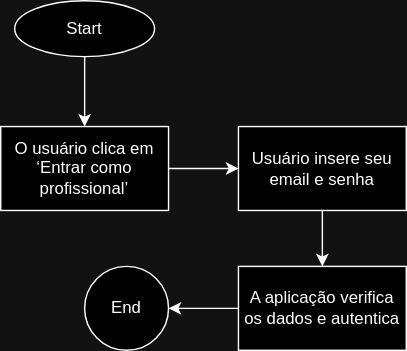
Before: docs/img/CT04.svg, a diagram exported from draw.io (ICEI-PUC-Minas-PMV-SI/pmv-si-2023-2-pe1-t2-senectus). Source tidied: cells renumbered, new cells last; positions are measured from the earlier drawing's top-left corner, leaving out a move shared by most shapes. Source of this version:
```xml
<mxGraphModel>
  <root>
    <mxCell id="0" />
    <mxCell id="1" parent="0" />
    <mxCell id="2" style="edgeStyle=orthogonalEdgeStyle;rounded=0;jettySize=auto;html=1;exitX=0.5;exitY=1;exitDx=0;exitDy=0;entryX=0.5;entryY=0;entryDx=0;entryDy=0;" parent="1" edge="1" source="3" target="9">
      <mxGeometry relative="1" as="geometry" />
    </mxCell>
    <mxCell id="3" value="Start" style="ellipse;whiteSpace=wrap;html=1;" parent="1" vertex="1">
      <mxGeometry x="10" width="100" height="40" as="geometry" />
    </mxCell>
    <mxCell id="4" style="edgeStyle=orthogonalEdgeStyle;rounded=0;jettySize=auto;html=1;exitX=0;exitY=0.5;exitDx=0;exitDy=0;entryX=1;entryY=0.5;entryDx=0;entryDy=0;" parent="1" edge="1" source="5">
      <mxGeometry relative="1" as="geometry">
        <mxPoint x="120" y="220" as="targetPoint" />
      </mxGeometry>
    </mxCell>
    <mxCell id="5" value="A aplicação verificaos dados e autentica" style="rounded=0;whiteSpace=wrap;html=1;" parent="1" vertex="1">
      <mxGeometry x="170" y="190" width="120" height="60" as="geometry" />
    </mxCell>
    <mxCell id="6" style="edgeStyle=orthogonalEdgeStyle;rounded=0;jettySize=auto;html=1;exitX=0.5;exitY=1;exitDx=0;exitDy=0;entryX=0.5;entryY=0;entryDx=0;entryDy=0;" parent="1" edge="1" source="7" target="5">
      <mxGeometry relative="1" as="geometry" />
    </mxCell>
    <mxCell id="7" value="Usuário insere seu email e senha" style="rounded=0;whiteSpace=wrap;html=1;" parent="1" vertex="1">
      <mxGeometry x="170" y="90" width="120" height="60" as="geometry" />
    </mxCell>
    <mxCell id="8" style="edgeStyle=orthogonalEdgeStyle;rounded=0;jettySize=auto;html=1;exitX=1;exitY=0.5;exitDx=0;exitDy=0;entryX=0;entryY=0.5;entryDx=0;entryDy=0;" parent="1" edge="1" source="9" target="7">
      <mxGeometry relative="1" as="geometry" />
    </mxCell>
    <mxCell id="9" value="O usuário clica em ‘Entrar como profissional’" style="rounded=0;whiteSpace=wrap;html=1;" parent="1" vertex="1">
      <mxGeometry y="90" width="120" height="60" as="geometry" />
    </mxCell>
    <mxCell id="10" value="End" style="ellipse;whiteSpace=wrap;html=1;" parent="1" vertex="1">
      <mxGeometry x="60" y="190" width="60" height="60" as="geometry" />
    </mxCell>
  </root>
</mxGraphModel>
```
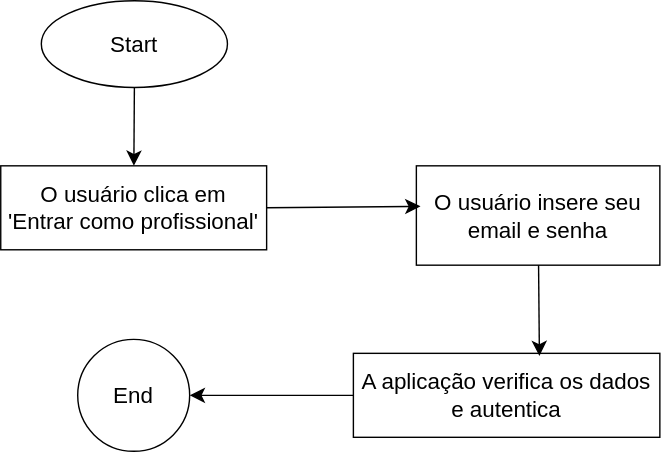
The same diagram one commit later.

Change to the diagram source:
```diff
@@ -2,34 +2,32 @@
   <root>
     <mxCell id="0" />
     <mxCell id="1" parent="0" />
-    <mxCell id="2" style="edgeStyle=orthogonalEdgeStyle;rounded=0;jettySize=auto;html=1;exitX=0.5;exitY=1;exitDx=0;exitDy=0;entryX=0.5;entryY=0;entryDx=0;entryDy=0;" parent="1" edge="1" source="3" target="9">
-      <mxGeometry relative="1" as="geometry" />
-    </mxCell>
+    <mxCell id="11" style="edgeStyle=none;curved=1;rounded=0;jettySize=auto;html=1;fontSize=12;startSize=8;endSize=8;" parent="1" edge="1" source="3" target="12">
+      <mxGeometry relative="1" as="geometry" />
+    </mxCell>
-    <mxCell id="3" value="Start" style="ellipse;whiteSpace=wrap;html=1;" parent="1" vertex="1">
-      <mxGeometry x="10" width="100" height="40" as="geometry" />
+    <mxCell id="3" value="Start" style="ellipse;whiteSpace=wrap;html=1;fontSize=16;" parent="1" vertex="1">
+      <mxGeometry x="-285" y="-141" width="133" height="62" as="geometry" />
     </mxCell>
-    <mxCell id="4" style="edgeStyle=orthogonalEdgeStyle;rounded=0;jettySize=auto;html=1;exitX=0;exitY=0.5;exitDx=0;exitDy=0;entryX=1;entryY=0.5;entryDx=0;entryDy=0;" parent="1" edge="1" source="5">
-      <mxGeometry relative="1" as="geometry">
-        <mxPoint x="120" y="220" as="targetPoint" />
-      </mxGeometry>
-    </mxCell>
-    <mxCell id="5" value="A aplicação verificaos dados e autentica" style="rounded=0;whiteSpace=wrap;html=1;" parent="1" vertex="1">
-      <mxGeometry x="170" y="190" width="120" height="60" as="geometry" />
-    </mxCell>
-    <mxCell id="6" style="edgeStyle=orthogonalEdgeStyle;rounded=0;jettySize=auto;html=1;exitX=0.5;exitY=1;exitDx=0;exitDy=0;entryX=0.5;entryY=0;entryDx=0;entryDy=0;" parent="1" edge="1" source="7" target="5">
-      <mxGeometry relative="1" as="geometry" />
-    </mxCell>
-    <mxCell id="7" value="Usuário insere seu email e senha" style="rounded=0;whiteSpace=wrap;html=1;" parent="1" vertex="1">
-      <mxGeometry x="170" y="90" width="120" height="60" as="geometry" />
-    </mxCell>
-    <mxCell id="8" style="edgeStyle=orthogonalEdgeStyle;rounded=0;jettySize=auto;html=1;exitX=1;exitY=0.5;exitDx=0;exitDy=0;entryX=0;entryY=0.5;entryDx=0;entryDy=0;" parent="1" edge="1" source="9" target="7">
-      <mxGeometry relative="1" as="geometry" />
-    </mxCell>
-    <mxCell id="9" value="O usuário clica em ‘Entrar como profissional’" style="rounded=0;whiteSpace=wrap;html=1;" parent="1" vertex="1">
-      <mxGeometry y="90" width="120" height="60" as="geometry" />
-    </mxCell>
+    <mxCell id="12" value="O usuário clica em &lt;br&gt;'Entrar como profissional'" style="rounded=0;whiteSpace=wrap;html=1;fontSize=16;" parent="1" vertex="1">
+      <mxGeometry x="-314" y="-23" width="190" height="60" as="geometry" />
+    </mxCell>
+    <mxCell id="13" value="O usuário insere seu email e senha" style="rounded=0;whiteSpace=wrap;html=1;fontSize=16;" parent="1" vertex="1">
+      <mxGeometry x="-17" y="-23" width="174" height="71" as="geometry" />
+    </mxCell>
+    <mxCell id="14" style="edgeStyle=none;curved=1;rounded=0;jettySize=auto;html=1;fontSize=12;startSize=8;endSize=8;" parent="1" edge="1" source="15" target="10">
+      <mxGeometry relative="1" as="geometry" />
+    </mxCell>
+    <mxCell id="15" value="A aplicação verifica os dados e autentica" style="rounded=0;whiteSpace=wrap;html=1;fontSize=16;" parent="1" vertex="1">
+      <mxGeometry x="-62" y="111" width="219" height="60" as="geometry" />
+    </mxCell>
+    <mxCell id="16" style="edgeStyle=none;curved=1;rounded=0;jettySize=auto;html=1;exitX=1;exitY=0.5;exitDx=0;exitDy=0;entryX=0.017;entryY=0.408;entryDx=0;entryDy=0;entryPerimeter=0;fontSize=12;startSize=8;endSize=8;" parent="1" edge="1" source="12" target="13">
+      <mxGeometry relative="1" as="geometry" />
+    </mxCell>
+    <mxCell id="17" style="edgeStyle=none;curved=1;rounded=0;jettySize=auto;html=1;entryX=0.607;entryY=0.033;entryDx=0;entryDy=0;entryPerimeter=0;fontSize=12;startSize=8;endSize=8;" parent="1" edge="1" source="13" target="15">
+      <mxGeometry relative="1" as="geometry" />
+    </mxCell>
-    <mxCell id="10" value="End" style="ellipse;whiteSpace=wrap;html=1;" parent="1" vertex="1">
-      <mxGeometry x="60" y="190" width="60" height="60" as="geometry" />
+    <mxCell id="10" value="End" style="ellipse;whiteSpace=wrap;html=1;fontSize=16;" parent="1" vertex="1">
+      <mxGeometry x="-259" y="101" width="80" height="80" as="geometry" />
     </mxCell>
   </root>
 </mxGraphModel>
```
